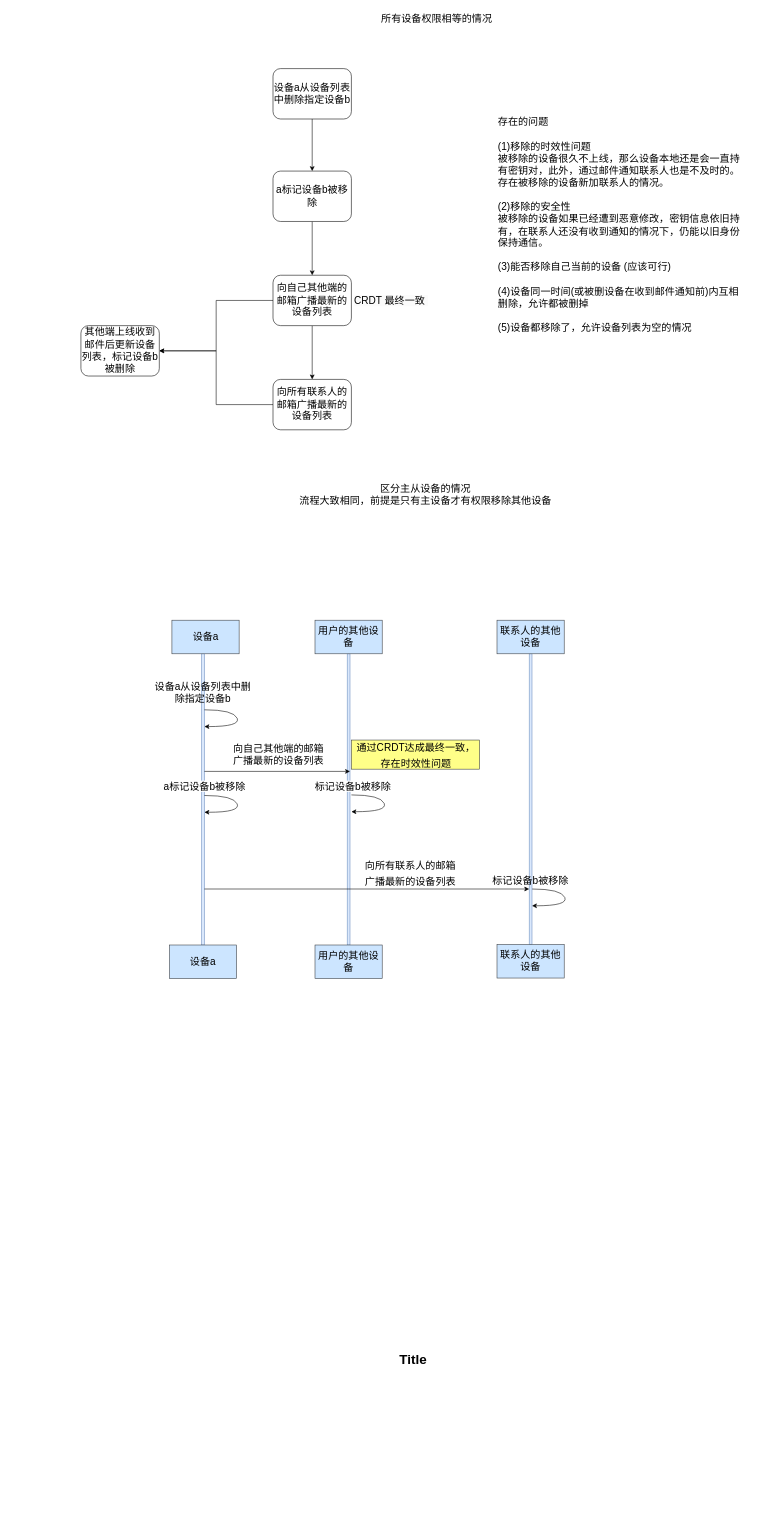
Above: page "第 14 页" (14 of 14) of src/main/java/Untitled Diagram.drawio in fiking1984/packetAnalyze (draw.io), before the change. Source tidied: cells renumbered, new cells numbered last; positions are measured from the earlier drawing's top-left corner, leaving out a move shared by most shapes. Both pictures are drawn from the tidied source at 56%, with x=0, y=0 at pixel (81, 10).
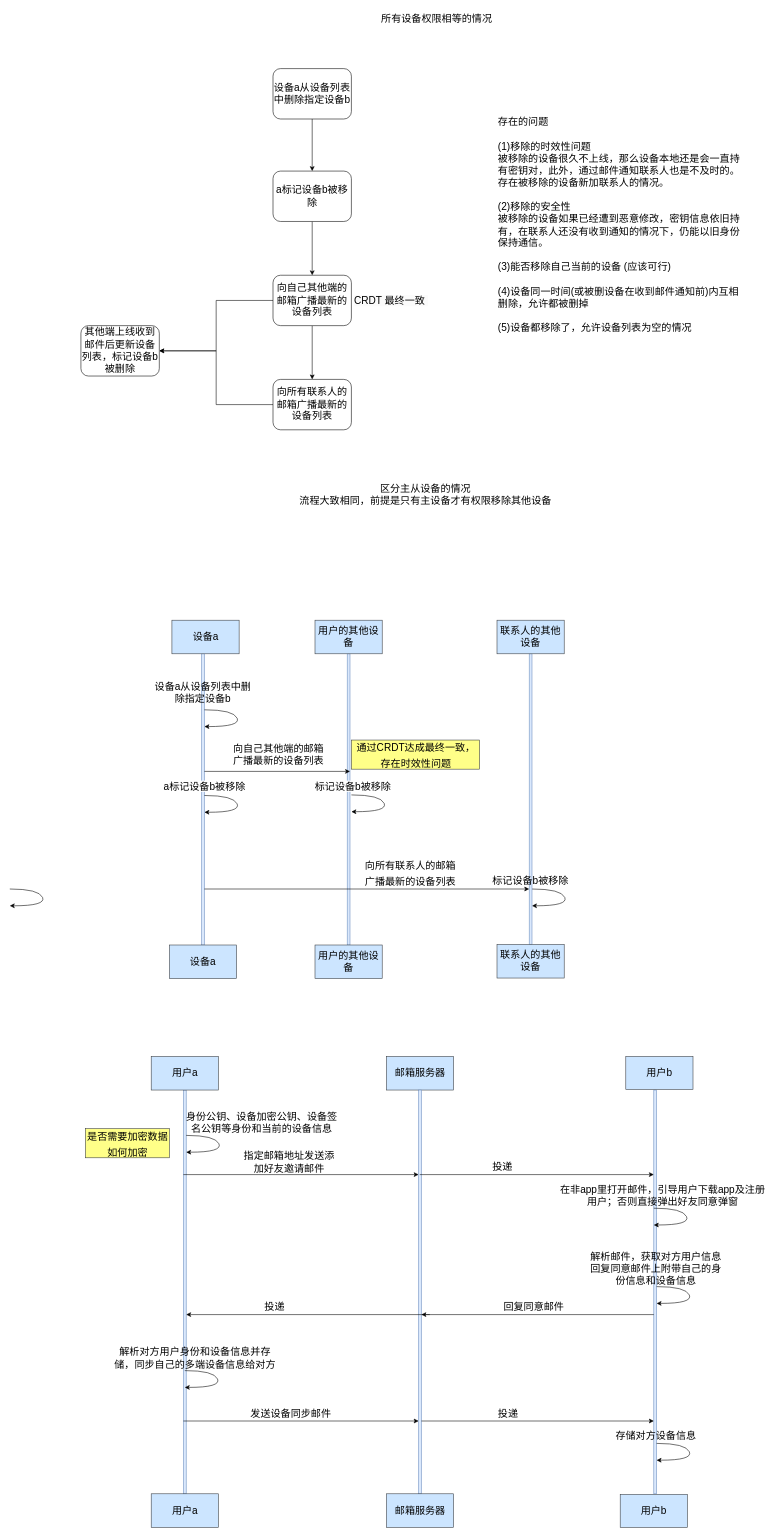
Above is the later version.

Change to the diagram source:
```diff
@@
-    <mxCell id="32" value="Title" style="text;strokeColor=none;fillColor=none;html=1;fontSize=24;fontStyle=1;verticalAlign=middle;align=center;" parent="1" vertex="1">
-      <mxGeometry x="543" y="2390" width="100" height="40" as="geometry" />
-    </mxCell>
@@
+    <mxCell id="39" style="html=1;points=[];perimeter=orthogonalPerimeter;outlineConnect=0;targetShapes=umlLifeline;portConstraint=eastwest;newEdgeStyle={&quot;edgeStyle&quot;:&quot;elbowEdgeStyle&quot;,&quot;elbow&quot;:&quot;vertical&quot;,&quot;curved&quot;:0,&quot;rounded&quot;:0};fillColor=#dae8fc;strokeColor=#6c8ebf;" parent="1" vertex="1">
+      <mxGeometry x="183" y="1929" width="5" height="721" as="geometry" />
+    </mxCell>
+    <mxCell id="40" style="html=1;points=[];perimeter=orthogonalPerimeter;outlineConnect=0;targetShapes=umlLifeline;portConstraint=eastwest;newEdgeStyle={&quot;edgeStyle&quot;:&quot;elbowEdgeStyle&quot;,&quot;elbow&quot;:&quot;vertical&quot;,&quot;curved&quot;:0,&quot;rounded&quot;:0};fillColor=#dae8fc;strokeColor=#6c8ebf;" parent="1" vertex="1">
+      <mxGeometry x="1023" y="1929" width="5" height="721" as="geometry" />
+    </mxCell>
+    <mxCell id="41" value="&lt;font style=&quot;font-size: 18px;&quot;&gt;用户a&lt;/font&gt;" style="rounded=0;whiteSpace=wrap;html=1;fillColor=#cce5ff;strokeColor=#36393d;" parent="1" vertex="1">
+      <mxGeometry x="125.5" y="1869" width="120" height="60" as="geometry" />
+    </mxCell>
+    <mxCell id="42" value="&lt;font style=&quot;font-size: 18px;&quot;&gt;邮箱服务器&lt;/font&gt;" style="rounded=0;whiteSpace=wrap;html=1;fillColor=#cce5ff;strokeColor=#36393d;" parent="1" vertex="1">
+      <mxGeometry x="545.5" y="1869" width="120" height="60" as="geometry" />
+    </mxCell>
+    <mxCell id="43" value="&lt;div style=&quot;text-align: center;&quot;&gt;&lt;span style=&quot;background-color: initial; font-size: 18px;&quot;&gt;指定邮箱地址发送添加好友邀请邮件&lt;/span&gt;&lt;/div&gt;" style="text;whiteSpace=wrap;html=1;" parent="1" vertex="1">
+      <mxGeometry x="280.5" y="2030" width="180" height="50" as="geometry" />
+    </mxCell>
+    <mxCell id="44" value="&lt;font style=&quot;font-size: 18px;&quot;&gt;用户b&lt;/font&gt;" style="rounded=0;whiteSpace=wrap;html=1;fillColor=#cce5ff;strokeColor=#36393d;" parent="1" vertex="1">
+      <mxGeometry x="973" y="1869" width="120" height="59" as="geometry" />
+    </mxCell>
+    <mxCell id="45" style="html=1;points=[];perimeter=orthogonalPerimeter;outlineConnect=0;targetShapes=umlLifeline;portConstraint=eastwest;newEdgeStyle={&quot;edgeStyle&quot;:&quot;elbowEdgeStyle&quot;,&quot;elbow&quot;:&quot;vertical&quot;,&quot;curved&quot;:0,&quot;rounded&quot;:0};fillColor=#dae8fc;strokeColor=#6c8ebf;" parent="1" vertex="1">
+      <mxGeometry x="603" y="1929" width="5" height="721" as="geometry" />
+    </mxCell>
+    <mxCell id="46" style="curved=1;endArrow=classic;html=1;rounded=0;" parent="1" edge="1">
+      <mxGeometry relative="1" as="geometry">
+        <mxPoint x="-127" y="1570" as="sourcePoint" />
+        <mxPoint x="-127" y="1600" as="targetPoint" />
+        <Array as="points">
+          <mxPoint x="-75" y="1570" />
+          <mxPoint x="-62" y="1600" />
+        </Array>
+      </mxGeometry>
+    </mxCell>
+    <mxCell id="47" style="curved=1;endArrow=classic;html=1;rounded=0;" parent="1" edge="1">
+      <mxGeometry relative="1" as="geometry">
+        <mxPoint x="188" y="2010" as="sourcePoint" />
+        <mxPoint x="188" y="2040" as="targetPoint" />
+        <Array as="points">
+          <mxPoint x="240" y="2010" />
+          <mxPoint x="253" y="2040" />
+        </Array>
+      </mxGeometry>
+    </mxCell>
+    <mxCell id="48" value="&lt;div style=&quot;text-align: center;&quot;&gt;&lt;span style=&quot;font-size: 18px;&quot;&gt;身份公钥、设备加密公钥、设备签名公钥等身份和当前的设备信息&lt;/span&gt;&lt;/div&gt;" style="text;whiteSpace=wrap;html=1;" parent="1" vertex="1">
+      <mxGeometry x="183" y="1960" width="277.5" height="50" as="geometry" />
+    </mxCell>
+    <mxCell id="49" style="endArrow=classic;html=1;rounded=0;" parent="1" edge="1" target="45">
+      <mxGeometry relative="1" as="geometry">
+        <mxPoint x="183" y="2080" as="sourcePoint" />
+      </mxGeometry>
+    </mxCell>
+    <mxCell id="50" style="endArrow=classic;html=1;rounded=0;" parent="1" edge="1" target="40">
+      <mxGeometry relative="1" as="geometry">
+        <mxPoint x="605" y="2080" as="sourcePoint" />
+      </mxGeometry>
+    </mxCell>
+    <mxCell id="51" value="&lt;div style=&quot;text-align: center;&quot;&gt;&lt;span style=&quot;background-color: initial; font-size: 18px;&quot;&gt;投递&lt;/span&gt;&lt;/div&gt;" style="text;whiteSpace=wrap;html=1;" parent="1" vertex="1">
+      <mxGeometry x="733" y="2050" width="180" height="50" as="geometry" />
+    </mxCell>
+    <mxCell id="52" style="curved=1;endArrow=classic;html=1;rounded=0;" parent="1" edge="1">
+      <mxGeometry relative="1" as="geometry">
+        <mxPoint x="1023" y="2140" as="sourcePoint" />
+        <mxPoint x="1023" y="2170" as="targetPoint" />
+        <Array as="points">
+          <mxPoint x="1075" y="2140" />
+          <mxPoint x="1088" y="2170" />
+        </Array>
+      </mxGeometry>
+    </mxCell>
+    <mxCell id="53" value="&lt;div style=&quot;text-align: center;&quot;&gt;&lt;span style=&quot;font-size: 18px;&quot;&gt;在非app里打开邮件，引导用户下载app及注册用户；否则直接弹出好友同意弹窗&lt;/span&gt;&lt;/div&gt;" style="text;whiteSpace=wrap;html=1;" parent="1" vertex="1">
+      <mxGeometry x="853" y="2090" width="370" height="50" as="geometry" />
+    </mxCell>
+    <mxCell id="54" value="&lt;span style=&quot;font-size: 18px; font-weight: 400;&quot;&gt;是否需要加密数据&lt;br&gt;如何加密&lt;br&gt;&lt;/span&gt;" style="text;strokeColor=#36393d;fillColor=#ffff88;html=1;fontSize=24;fontStyle=1;verticalAlign=middle;align=center;" parent="1" vertex="1">
+      <mxGeometry x="8" y="1998" width="150" height="52" as="geometry" />
+    </mxCell>
+    <mxCell id="55" value="&lt;div style=&quot;text-align: center;&quot;&gt;&lt;span style=&quot;font-size: 18px;&quot;&gt;解析邮件，获取对方用户信息&lt;/span&gt;&lt;/div&gt;&lt;div style=&quot;text-align: center;&quot;&gt;&lt;span style=&quot;font-size: 18px;&quot;&gt;回复同意邮件上附带自己的身份信息和设备信息&lt;/span&gt;&lt;/div&gt;" style="text;whiteSpace=wrap;html=1;" parent="1" vertex="1">
+      <mxGeometry x="903" y="2210" width="246.2" height="70" as="geometry" />
+    </mxCell>
+    <mxCell id="56" style="curved=1;endArrow=classic;html=1;rounded=0;" parent="1" edge="1">
+      <mxGeometry relative="1" as="geometry">
+        <mxPoint x="1028" y="2280" as="sourcePoint" />
+        <mxPoint x="1028" y="2310" as="targetPoint" />
+        <Array as="points">
+          <mxPoint x="1080" y="2280" />
+          <mxPoint x="1093" y="2310" />
+        </Array>
+      </mxGeometry>
+    </mxCell>
+    <mxCell id="57" style="endArrow=classic;html=1;rounded=0;" parent="1" edge="1" target="45">
+      <mxGeometry relative="1" as="geometry">
+        <mxPoint x="1023" y="2330" as="sourcePoint" />
+      </mxGeometry>
+    </mxCell>
+    <mxCell id="58" value="&lt;div style=&quot;text-align: center;&quot;&gt;&lt;span style=&quot;background-color: initial; font-size: 18px;&quot;&gt;回复同意邮件&lt;/span&gt;&lt;/div&gt;" style="text;whiteSpace=wrap;html=1;" parent="1" vertex="1">
+      <mxGeometry x="753" y="2300" width="180" height="50" as="geometry" />
+    </mxCell>
+    <mxCell id="59" style="endArrow=classic;html=1;rounded=0;" parent="1" edge="1" target="39">
+      <mxGeometry relative="1" as="geometry">
+        <mxPoint x="623" y="2330" as="sourcePoint" />
+      </mxGeometry>
+    </mxCell>
+    <mxCell id="60" value="&lt;div style=&quot;text-align: center;&quot;&gt;&lt;span style=&quot;background-color: initial; font-size: 18px;&quot;&gt;投递&lt;/span&gt;&lt;/div&gt;" style="text;whiteSpace=wrap;html=1;" parent="1" vertex="1">
+      <mxGeometry x="325.5" y="2300" width="180" height="50" as="geometry" />
+    </mxCell>
+    <mxCell id="61" style="curved=1;endArrow=classic;html=1;rounded=0;" parent="1" edge="1">
+      <mxGeometry relative="1" as="geometry">
+        <mxPoint x="185.5" y="2430" as="sourcePoint" />
+        <mxPoint x="185.5" y="2460" as="targetPoint" />
+        <Array as="points">
+          <mxPoint x="237.5" y="2430" />
+          <mxPoint x="250.5" y="2460" />
+        </Array>
+      </mxGeometry>
+    </mxCell>
+    <mxCell id="62" value="&lt;div style=&quot;text-align: center;&quot;&gt;&lt;span style=&quot;font-size: 18px;&quot;&gt;解析对方用户身份和设备信息并存储，同步自己的多端设备信息给对方&lt;/span&gt;&lt;/div&gt;" style="text;whiteSpace=wrap;html=1;" parent="1" vertex="1">
+      <mxGeometry x="53" y="2380" width="300" height="50" as="geometry" />
+    </mxCell>
+    <mxCell id="63" style="endArrow=classic;html=1;rounded=0;" parent="1" edge="1">
+      <mxGeometry relative="1" as="geometry">
+        <mxPoint x="183" y="2520" as="sourcePoint" />
+        <mxPoint x="603" y="2520" as="targetPoint" />
+      </mxGeometry>
+    </mxCell>
+    <mxCell id="64" value="&lt;div style=&quot;text-align: center;&quot;&gt;&lt;span style=&quot;background-color: initial; font-size: 18px;&quot;&gt;发送设备同步邮件&lt;/span&gt;&lt;/div&gt;" style="text;whiteSpace=wrap;html=1;" parent="1" vertex="1">
+      <mxGeometry x="300.5" y="2490" width="180" height="50" as="geometry" />
+    </mxCell>
+    <mxCell id="65" style="endArrow=classic;html=1;rounded=0;" parent="1" edge="1">
+      <mxGeometry relative="1" as="geometry">
+        <mxPoint x="608" y="2520" as="sourcePoint" />
+        <mxPoint x="1023" y="2520" as="targetPoint" />
+      </mxGeometry>
+    </mxCell>
+    <mxCell id="66" value="&lt;div style=&quot;text-align: center;&quot;&gt;&lt;span style=&quot;background-color: initial; font-size: 18px;&quot;&gt;投递&lt;/span&gt;&lt;/div&gt;" style="text;whiteSpace=wrap;html=1;" parent="1" vertex="1">
+      <mxGeometry x="743" y="2490" width="180" height="50" as="geometry" />
+    </mxCell>
+    <mxCell id="67" value="&lt;div style=&quot;text-align: center;&quot;&gt;&lt;span style=&quot;background-color: initial; font-size: 18px;&quot;&gt;存储对方设备信息&lt;/span&gt;&lt;/div&gt;" style="text;whiteSpace=wrap;html=1;" parent="1" vertex="1">
+      <mxGeometry x="953" y="2530" width="180" height="50" as="geometry" />
+    </mxCell>
+    <mxCell id="68" style="curved=1;endArrow=classic;html=1;rounded=0;" parent="1" edge="1">
+      <mxGeometry relative="1" as="geometry">
+        <mxPoint x="1028" y="2560" as="sourcePoint" />
+        <mxPoint x="1028" y="2590" as="targetPoint" />
+        <Array as="points">
+          <mxPoint x="1080" y="2560" />
+          <mxPoint x="1093" y="2590" />
+        </Array>
+      </mxGeometry>
+    </mxCell>
+    <mxCell id="69" value="&lt;font style=&quot;font-size: 18px;&quot;&gt;用户a&lt;/font&gt;" style="rounded=0;whiteSpace=wrap;html=1;fillColor=#cce5ff;strokeColor=#36393d;" parent="1" vertex="1">
+      <mxGeometry x="125.5" y="2650" width="120" height="60" as="geometry" />
+    </mxCell>
+    <mxCell id="70" value="&lt;font style=&quot;font-size: 18px;&quot;&gt;邮箱服务器&lt;/font&gt;" style="rounded=0;whiteSpace=wrap;html=1;fillColor=#cce5ff;strokeColor=#36393d;" parent="1" vertex="1">
+      <mxGeometry x="545.5" y="2650" width="120" height="60" as="geometry" />
+    </mxCell>
+    <mxCell id="71" value="&lt;font style=&quot;font-size: 18px;&quot;&gt;用户b&lt;/font&gt;" style="rounded=0;whiteSpace=wrap;html=1;fillColor=#cce5ff;strokeColor=#36393d;" parent="1" vertex="1">
+      <mxGeometry x="963" y="2651" width="120" height="59" as="geometry" />
+    </mxCell>
```
